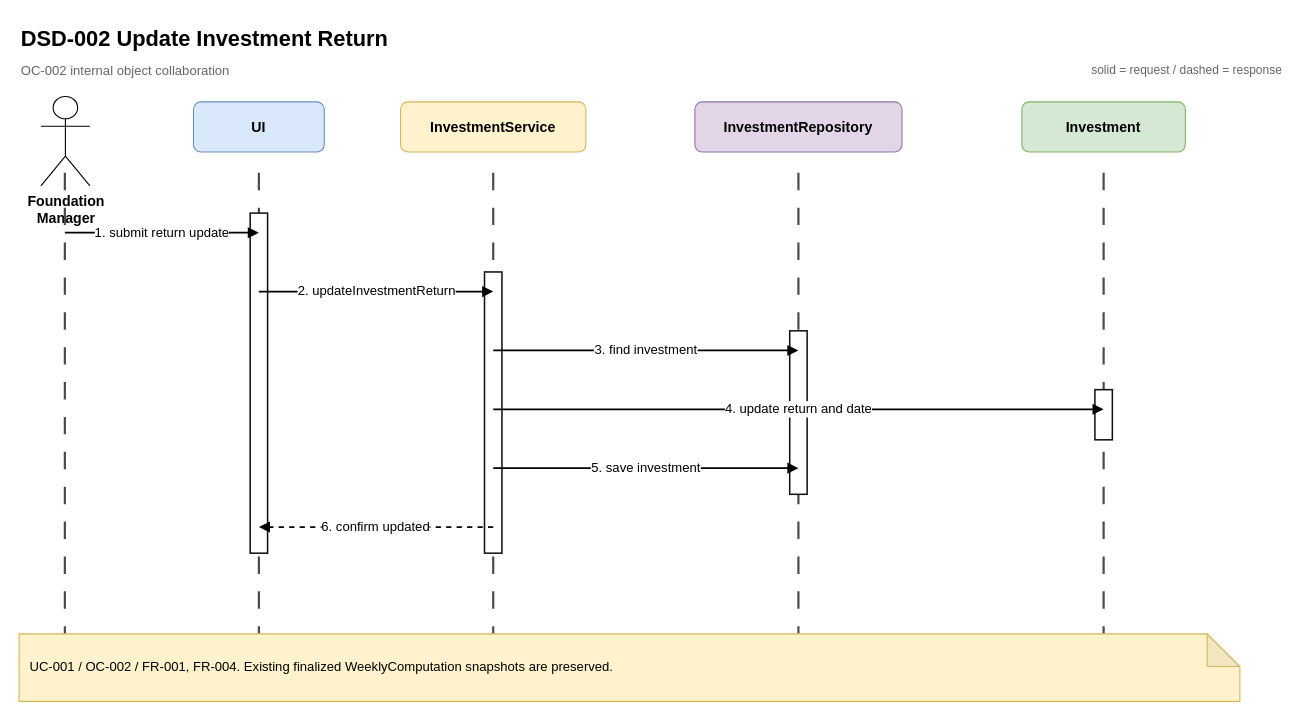
The draw.io diagram page "DSD-002 Update Investment Return" (2 of 11) of docs/07-design/sequence-diagrams.drawio in snvnn/Sysad-Term-Project, before the edit. Source tidied: cells renumbered, new cells numbered last; positions are measured from the earlier drawing's top-left corner, leaving out a move shared by most shapes. Both pictures are drawn from the tidied source at 109%, with x=0, y=0 at pixel (19, 19).
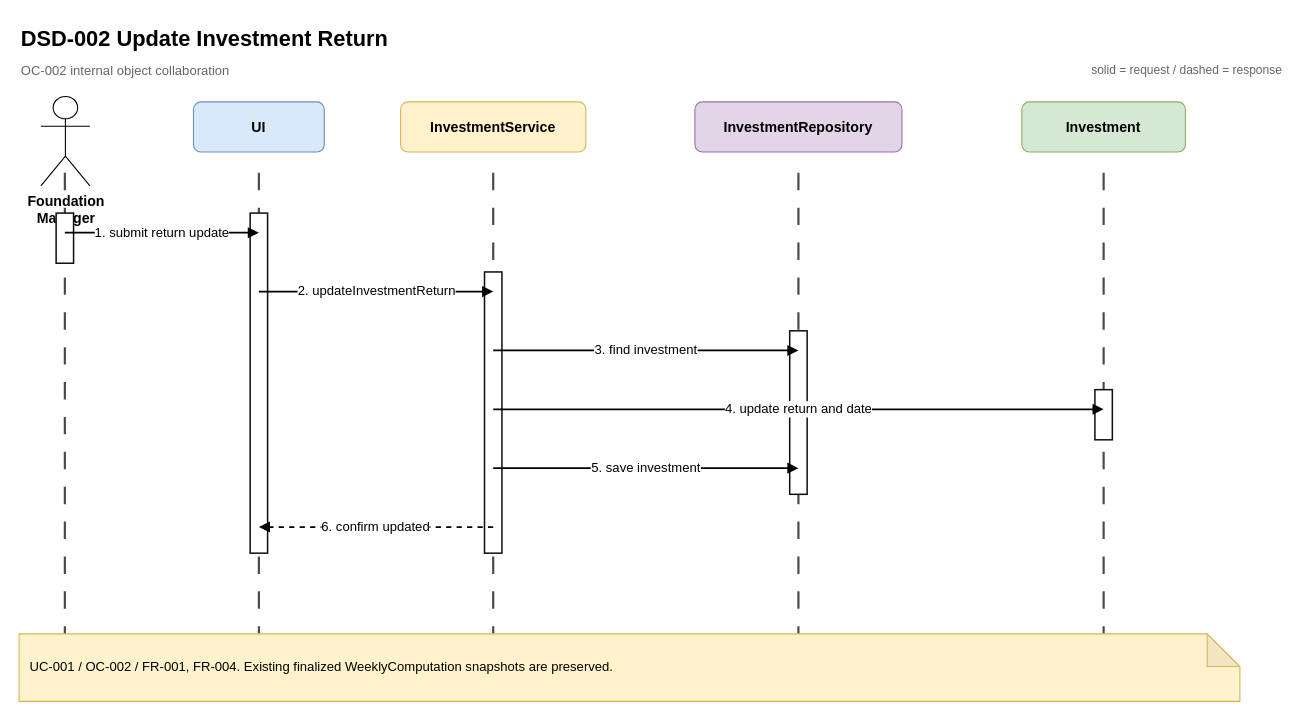
After the change.

Change to the diagram source:
```diff
@@
+    <mxCell id="26" style="rounded=0;whiteSpace=wrap;html=1;fillColor=#FFFFFF;strokeColor=#111111;strokeWidth=1.4;" parent="1" vertex="1">
+      <mxGeometry x="34" y="178" width="16" height="46" as="geometry" />
+    </mxCell>
```
